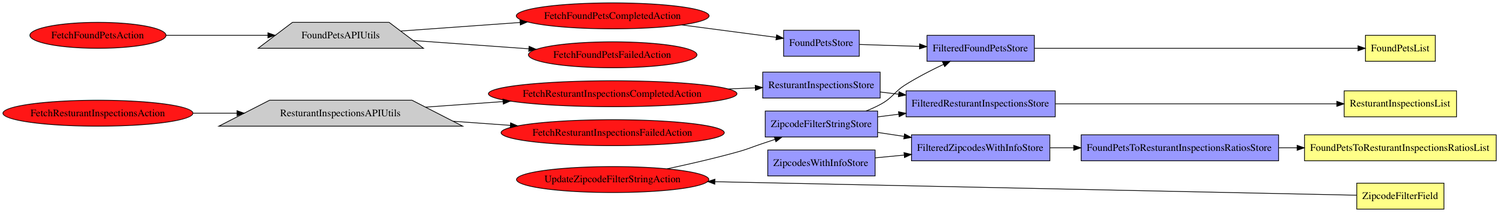
Earlier version of the Graphviz export ArchitectureDiagram.png (thomaswrenn/nestedRefluxArchitectureExampleCode). Its source is kept beside it as ArchitectureDiagram.dot.
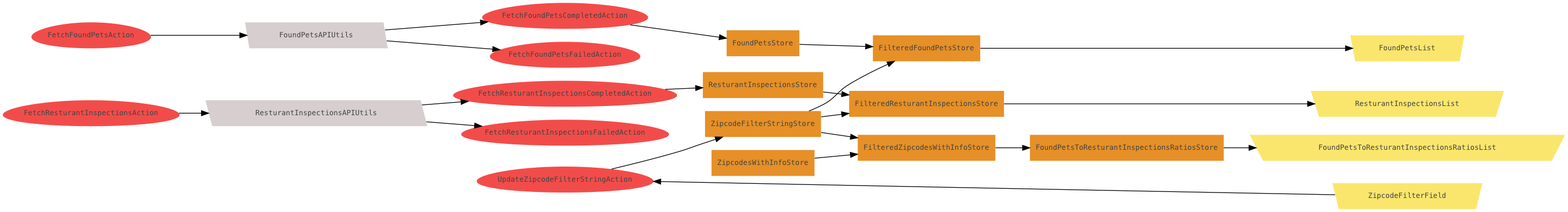
Above is the later version.

Commit message:
Better Styling

The edit, as a diff of the source:
```diff
@@ -1,18 +1,19 @@
 digraph SystemDiagram {
     graph [rankdir=LR, clusterrank=local, style=dashed];
-    FetchFoundPetsAction, FetchFoundPetsCompletedAction, FetchFoundPetsFailedAction, FetchResturantInspectionsAction, FetchResturantInspectionsCompletedAction, FetchResturantInspectionsFailedAction, UpdateZipcodeFilterStringAction [shape=oval, style=filled, fillcolor="#FF1616"];
+    node [fontname="Menlo", fontsize=10, fontcolor="#444444", color=none];
+    FetchFoundPetsAction, FetchFoundPetsCompletedAction, FetchFoundPetsFailedAction, FetchResturantInspectionsAction, FetchResturantInspectionsCompletedAction, FetchResturantInspectionsFailedAction, UpdateZipcodeFilterStringAction [shape=polygon, sides=100, distortion=-0.1875, style=filled, fillcolor="#f24c4a"];
     subgraph {
         rank=same;
         FetchFoundPetsCompletedAction, FetchFoundPetsFailedAction, FetchResturantInspectionsCompletedAction, FetchResturantInspectionsFailedAction, UpdateZipcodeFilterStringAction;
     }
     subgraph APIUtils {
         rank=same;
-        FoundPetsAPIUtils, ResturantInspectionsAPIUtils [shape=trapezium, style=filled, fillcolor="#CCCCCC"];
+        FoundPetsAPIUtils, ResturantInspectionsAPIUtils [shape=polygon, skew=-0.0625, style=filled, fillcolor="#D7CECF"];
     }
-    FilteredFoundPetsStore, FoundPetsToResturantInspectionsRatiosStore, FilteredResturantInspectionsStore, ResturantInspectionsStore, FilteredZipcodesWithInfoStore, ZipcodeFilterStringStore, FoundPetsStore, ZipcodesWithInfoStore [shape=rect, style=filled, fillcolor="#9999FF"];
+    FilteredFoundPetsStore, FoundPetsToResturantInspectionsRatiosStore, FilteredResturantInspectionsStore, ResturantInspectionsStore, FilteredZipcodesWithInfoStore, ZipcodeFilterStringStore, FoundPetsStore, ZipcodesWithInfoStore [shape=rect, style=filled, fillcolor="#E69027"];
     subgraph ReactComponents {
         rank=same;
-        FoundPetsList, ResturantInspectionsList, FoundPetsToResturantInspectionsRatiosList, ZipcodeFilterField [shape=rect, style=filled, fillcolor="#FFFF88"];
+        FoundPetsList, ResturantInspectionsList, FoundPetsToResturantInspectionsRatiosList, ZipcodeFilterField [shape=polygon, distortion=0.0625, style=filled, fillcolor="#FAE66C"];
     }
 
     FetchFoundPetsAction -> FoundPetsAPIUtils -> FetchFoundPetsCompletedAction, FetchFoundPetsFailedAction;
```
